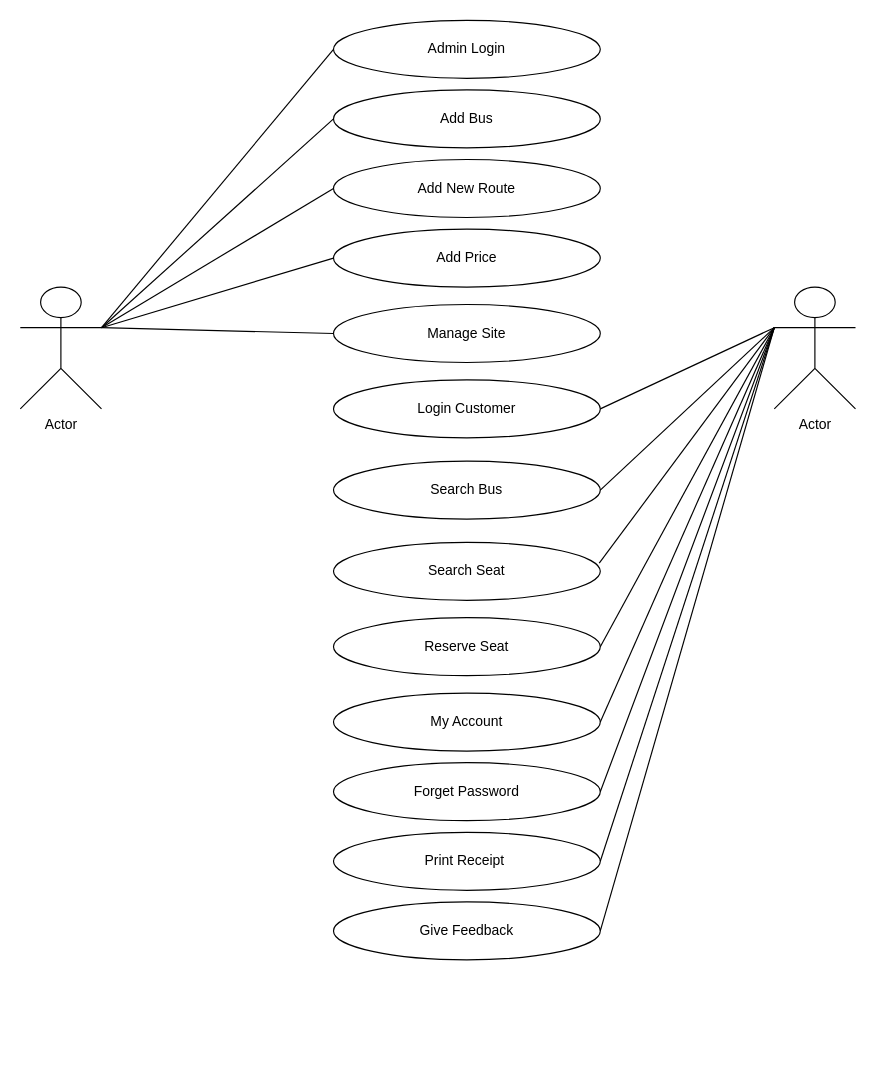
This is Untitled Diagram.drawio from SarojPandey01/BusTicketReservation, a draw.io file, before an edit. Source tidied: cells renumbered, new cells numbered last; positions are measured from the earlier drawing's top-left corner, leaving out a move shared by most shapes. Both pictures are drawn from the tidied source at 116%, with x=0, y=0 at pixel (20, 20).
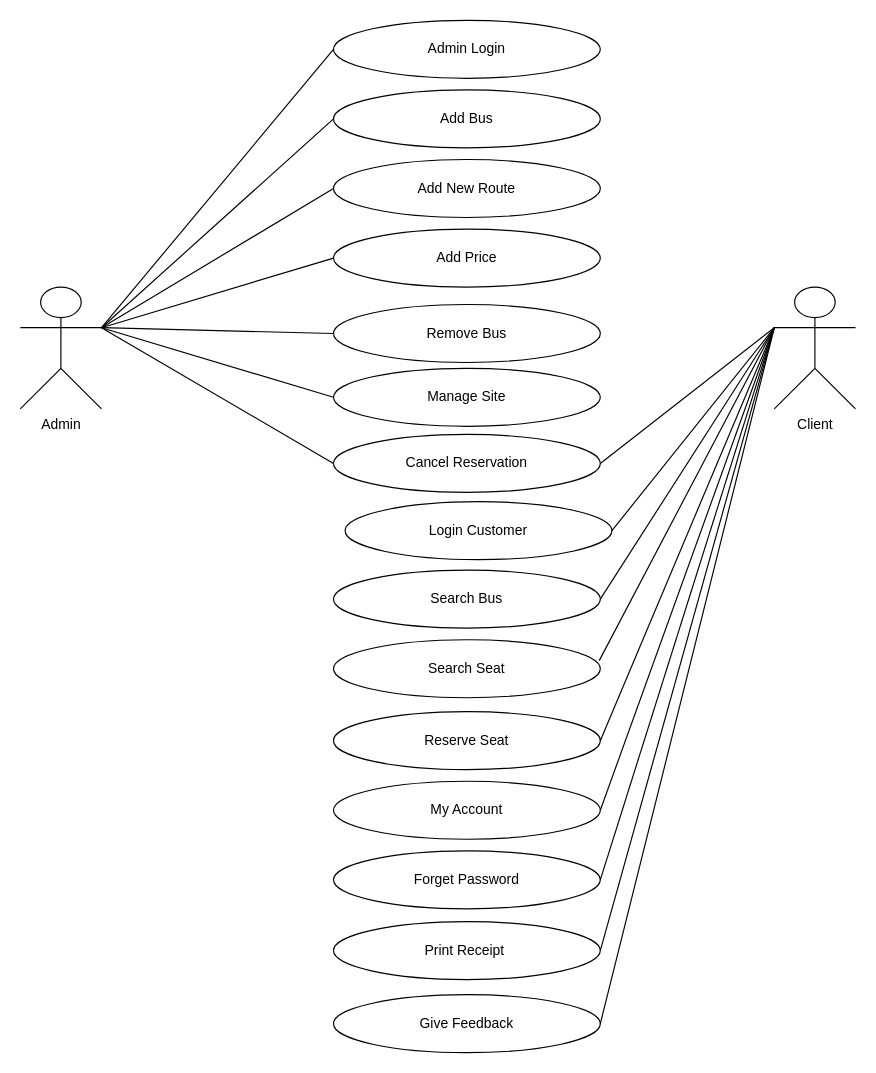
The same page after the edit.

Change to the diagram source:
```diff
@@
-    <mxCell id="6" value="Manage Site" style="ellipse;whiteSpace=wrap;html=1;" parent="1" vertex="1">
+    <mxCell id="6" value="Remove Bus" style="ellipse;whiteSpace=wrap;html=1;" parent="1" vertex="1">
       <mxGeometry x="270" y="245" width="230" height="50" as="geometry" />
     </mxCell>
     <mxCell id="7" value="Login Customer" style="ellipse;whiteSpace=wrap;html=1;" parent="1" vertex="1">
-      <mxGeometry x="270" y="310" width="230" height="50" as="geometry" />
+      <mxGeometry x="280" y="415" width="230" height="50" as="geometry" />
     </mxCell>
     <mxCell id="8" value="Search Seat" style="ellipse;whiteSpace=wrap;html=1;" parent="1" vertex="1">
-      <mxGeometry x="270" y="450" width="230" height="50" as="geometry" />
+      <mxGeometry x="270" y="534" width="230" height="50" as="geometry" />
     </mxCell>
     <mxCell id="9" value="Reserve Seat" style="ellipse;whiteSpace=wrap;html=1;" parent="1" vertex="1">
-      <mxGeometry x="270" y="515" width="230" height="50" as="geometry" />
+      <mxGeometry x="270" y="596" width="230" height="50" as="geometry" />
     </mxCell>
     <mxCell id="10" value="My Account" style="ellipse;whiteSpace=wrap;html=1;" parent="1" vertex="1">
-      <mxGeometry x="270" y="580" width="230" height="50" as="geometry" />
+      <mxGeometry x="270" y="656" width="230" height="50" as="geometry" />
     </mxCell>
     <mxCell id="11" value="Forget Password" style="ellipse;whiteSpace=wrap;html=1;" parent="1" vertex="1">
-      <mxGeometry x="270" y="640" width="230" height="50" as="geometry" />
+      <mxGeometry x="270" y="716" width="230" height="50" as="geometry" />
     </mxCell>
     <mxCell id="12" value="Print Receipt&amp;nbsp;" style="ellipse;whiteSpace=wrap;html=1;" parent="1" vertex="1">
-      <mxGeometry x="270" y="700" width="230" height="50" as="geometry" />
+      <mxGeometry x="270" y="777" width="230" height="50" as="geometry" />
     </mxCell>
     <mxCell id="13" value="Give Feedback" style="ellipse;whiteSpace=wrap;html=1;" parent="1" vertex="1">
-      <mxGeometry x="270" y="760" width="230" height="50" as="geometry" />
+      <mxGeometry x="270" y="840" width="230" height="50" as="geometry" />
     </mxCell>
-    <mxCell id="14" value="Actor" style="shape=umlActor;verticalLabelPosition=bottom;verticalAlign=top;html=1;outlineConnect=0;" parent="1" vertex="1">
+    <mxCell id="14" value="Admin" style="shape=umlActor;verticalLabelPosition=bottom;verticalAlign=top;html=1;outlineConnect=0;" parent="1" vertex="1">
       <mxGeometry y="230" width="70" height="105" as="geometry" />
     </mxCell>
-    <mxCell id="15" value="Actor" style="shape=umlActor;verticalLabelPosition=bottom;verticalAlign=top;html=1;outlineConnect=0;" parent="1" vertex="1">
+    <mxCell id="15" value="Client&lt;br&gt;" style="shape=umlActor;verticalLabelPosition=bottom;verticalAlign=top;html=1;outlineConnect=0;" parent="1" vertex="1">
       <mxGeometry x="650" y="230" width="70" height="105" as="geometry" />
     </mxCell>
@@
     <mxCell id="28" value="Search Bus" style="ellipse;whiteSpace=wrap;html=1;" parent="1" vertex="1">
-      <mxGeometry x="270" y="380" width="230" height="50" as="geometry" />
+      <mxGeometry x="270" y="474" width="230" height="50" as="geometry" />
     </mxCell>
@@
+    <mxCell id="30" value="Manage Site" style="ellipse;whiteSpace=wrap;html=1;" parent="1" vertex="1">
+      <mxGeometry x="270" y="300" width="230" height="50" as="geometry" />
+    </mxCell>
+    <mxCell id="31" value="Cancel Reservation" style="ellipse;whiteSpace=wrap;html=1;" parent="1" vertex="1">
+      <mxGeometry x="270" y="357" width="230" height="50" as="geometry" />
+    </mxCell>
+    <mxCell id="32" style="endArrow=none;html=1;rounded=0;entryX=0;entryY=0.5;entryDx=0;entryDy=0;exitX=1;exitY=0.3333333333333333;exitDx=0;exitDy=0;exitPerimeter=0;" parent="1" edge="1" source="14" target="30">
+      <mxGeometry relative="1" as="geometry" />
+    </mxCell>
+    <mxCell id="33" style="endArrow=none;html=1;rounded=0;entryX=0;entryY=0.5;entryDx=0;entryDy=0;exitX=1;exitY=0.3333333333333333;exitDx=0;exitDy=0;exitPerimeter=0;" parent="1" edge="1" source="14" target="31">
+      <mxGeometry relative="1" as="geometry" />
+    </mxCell>
+    <mxCell id="34" style="endArrow=none;html=1;rounded=0;entryX=1;entryY=0.5;entryDx=0;entryDy=0;exitX=0;exitY=0.3333333333333333;exitDx=0;exitDy=0;exitPerimeter=0;" parent="1" edge="1" source="15" target="31">
+      <mxGeometry relative="1" as="geometry" />
+    </mxCell>
```
